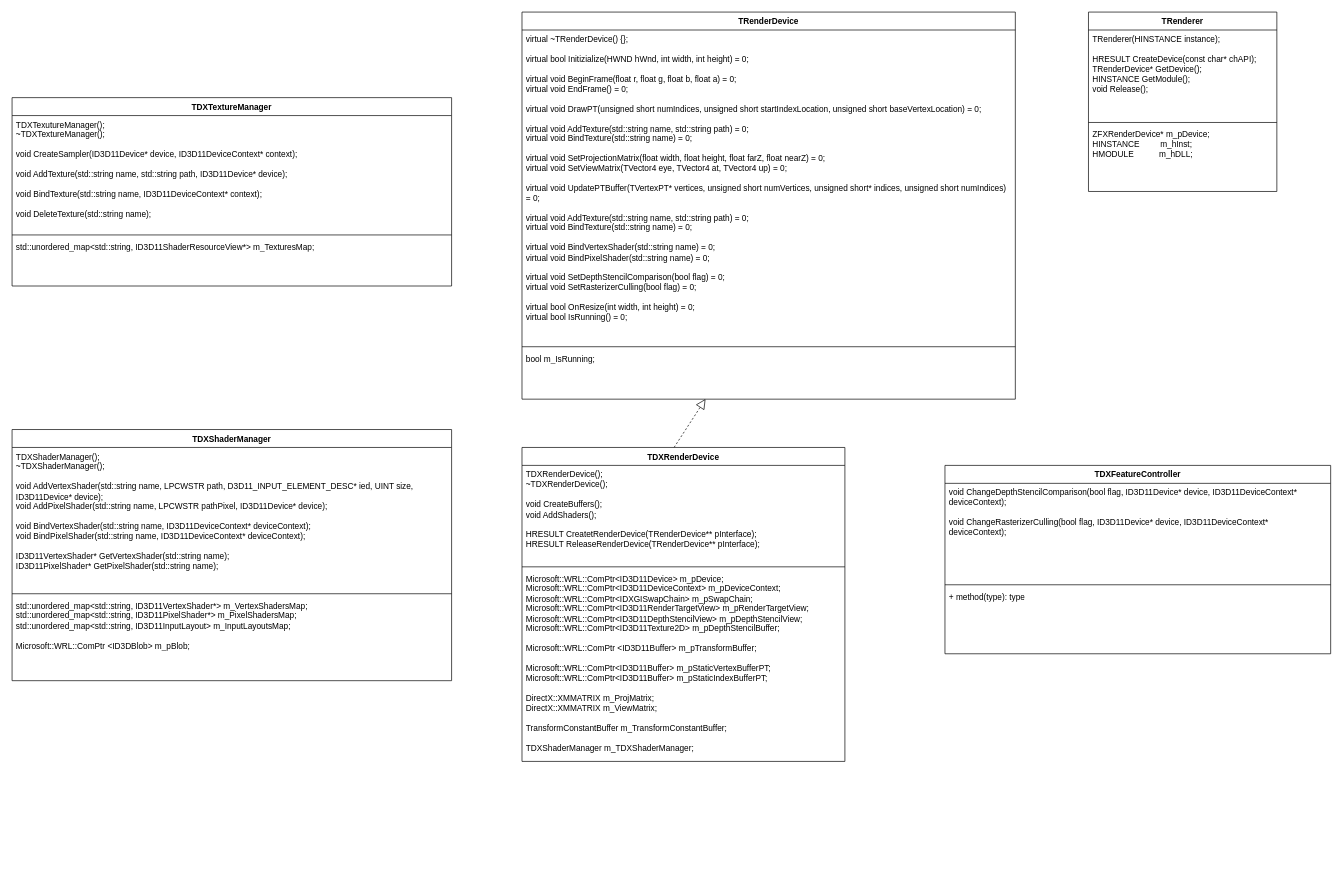
The draw.io diagram UML/TRenderer.drawio in f1oating/TRender, before the edit. Source tidied: cells renumbered, new cells numbered last; positions are measured from the earlier drawing's top-left corner, leaving out a move shared by most shapes. Both pictures are drawn from the tidied source at 69%, with x=0, y=0 at pixel (12, 12).
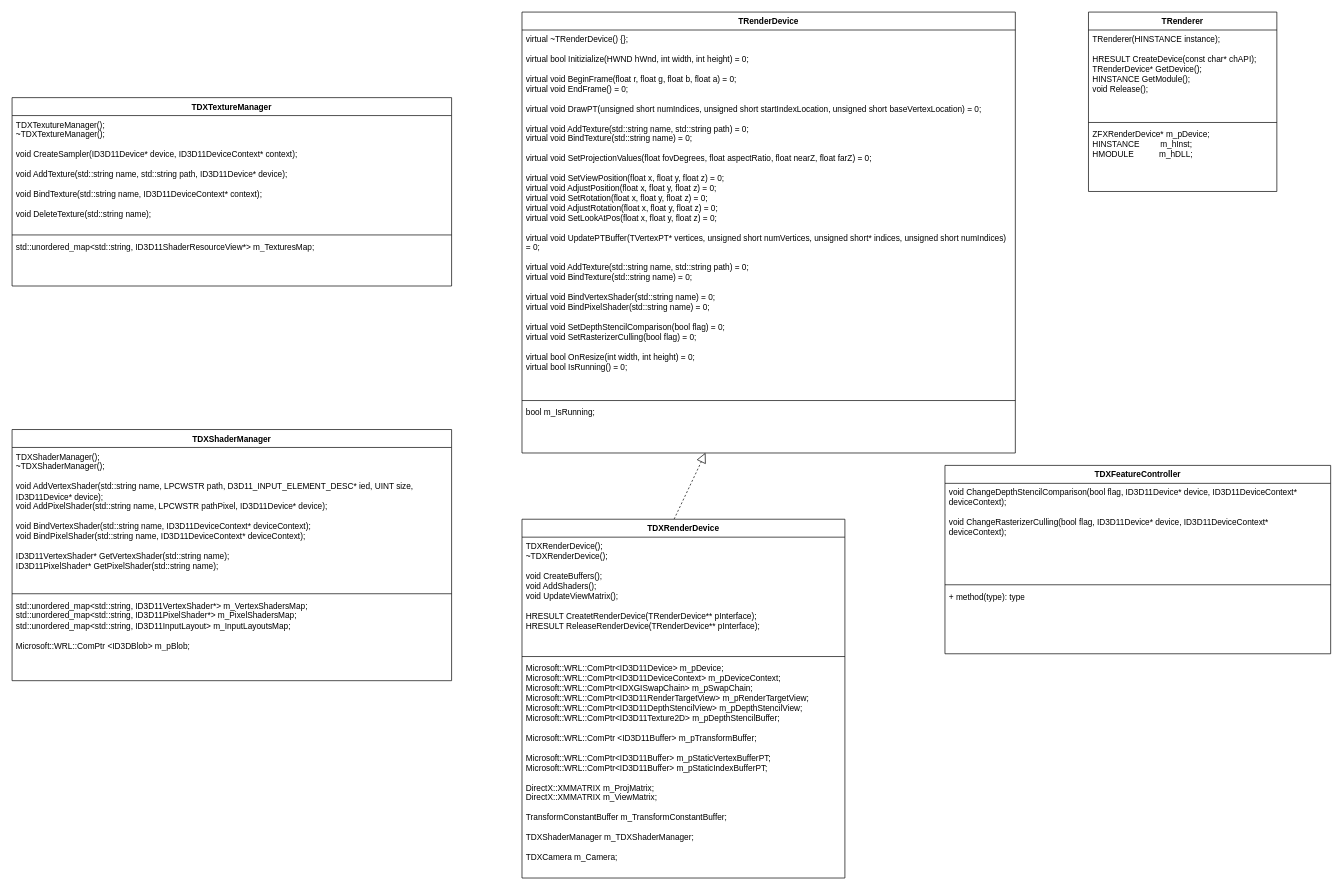
Above is the later version.

Commit message (it also covers changes not shown here):
Officially added camera movement and other camera features

Change to the diagram source:
```diff
@@
     <mxCell id="2" value="TRenderDevice" style="swimlane;fontStyle=1;align=center;verticalAlign=top;horizontal=1;startSize=26;whiteSpace=wrap;html=1;" parent="1" vertex="1">
-      <mxGeometry x="739" width="715" height="561" as="geometry" />
+      <mxGeometry x="739" width="715" height="639" as="geometry" />
     </mxCell>
-    <mxCell id="3" value="&lt;div&gt;virtual ~TRenderDevice() {};&lt;br&gt;&lt;/div&gt;&lt;div&gt;&lt;br&gt;&lt;/div&gt;&lt;div&gt;virtual bool Initizialize(HWND hWnd, int width, int height) = 0;&lt;/div&gt;&lt;div&gt;&lt;br&gt;&lt;/div&gt;&lt;div&gt;virtual void BeginFrame(float r, float g, float b, float a) = 0;&lt;/div&gt;&lt;div&gt;virtual void EndFrame() = 0;&lt;/div&gt;&lt;div&gt;&lt;br&gt;&lt;/div&gt;&lt;div&gt;virtual void DrawPT(unsigned short numIndices, unsigned short startIndexLocation, unsigned short baseVertexLocation) = 0;&lt;br&gt;&lt;/div&gt;&lt;div&gt;&lt;br&gt;&lt;/div&gt;&lt;div&gt;virtual void AddTexture(std::string name, std::string path) = 0;&lt;br&gt;virtual void BindTexture(std::string name) = 0;&lt;br&gt;&lt;/div&gt;&lt;div&gt;&lt;br&gt;&lt;/div&gt;&lt;div&gt;virtual void SetProjectionMatrix(float width, float height, float farZ, float nearZ) = 0;&lt;/div&gt;&lt;div&gt;virtual void SetViewMatrix(TVector4 eye, TVector4 at, TVector4 up) = 0;&lt;/div&gt;&lt;div&gt;&lt;br&gt;&lt;/div&gt;&lt;div&gt;virtual void UpdatePTBuffer(TVertexPT* vertices, unsigned short numVertices, unsigned short* indices, unsigned short numIndices) = 0;&lt;/div&gt;&lt;div&gt;&lt;br&gt;&lt;/div&gt;&lt;div&gt;virtual void AddTexture(std::string name, std::string path) = 0;&lt;br&gt;virtual void BindTexture(std::string name) = 0;&lt;/div&gt;&lt;div&gt;&lt;br&gt;&lt;/div&gt;&lt;div&gt;virtual void BindVertexShader(std::string name) = 0;&lt;br&gt;virtual void BindPixelShader(std::string name) = 0;&lt;/div&gt;&lt;div&gt;&lt;br&gt;&lt;/div&gt;&lt;div&gt;virtual void SetDepthStencilComparison(bool flag) = 0;&lt;br&gt;virtual void SetRasterizerCulling(bool flag) = 0;&lt;br&gt;&lt;/div&gt;&lt;div&gt;&lt;br&gt;&lt;/div&gt;&lt;div&gt;virtual bool OnResize(int width, int height) = 0;&lt;/div&gt;&lt;div&gt;virtual bool IsRunning() = 0;&lt;br&gt;&lt;/div&gt;" style="text;strokeColor=none;fillColor=none;align=left;verticalAlign=top;spacingLeft=4;spacingRight=4;overflow=hidden;whiteSpace=wrap;html=1;" parent="2" vertex="1">
-      <mxGeometry y="26" width="715" height="455" as="geometry" />
+    <mxCell id="3" value="&lt;div&gt;virtual ~TRenderDevice() {};&lt;br&gt;&lt;/div&gt;&lt;div&gt;&lt;br&gt;&lt;/div&gt;&lt;div&gt;virtual bool Initizialize(HWND hWnd, int width, int height) = 0;&lt;/div&gt;&lt;div&gt;&lt;br&gt;&lt;/div&gt;&lt;div&gt;virtual void BeginFrame(float r, float g, float b, float a) = 0;&lt;/div&gt;&lt;div&gt;virtual void EndFrame() = 0;&lt;/div&gt;&lt;div&gt;&lt;br&gt;&lt;/div&gt;&lt;div&gt;virtual void DrawPT(unsigned short numIndices, unsigned short startIndexLocation, unsigned short baseVertexLocation) = 0;&lt;br&gt;&lt;/div&gt;&lt;div&gt;&lt;br&gt;&lt;/div&gt;&lt;div&gt;virtual void AddTexture(std::string name, std::string path) = 0;&lt;br&gt;virtual void BindTexture(std::string name) = 0;&lt;br&gt;&lt;/div&gt;&lt;div&gt;&lt;br&gt;&lt;/div&gt;virtual void SetProjectionValues(float fovDegrees, float aspectRatio, float nearZ, float farZ) = 0;&lt;br&gt;&lt;br&gt;virtual void SetViewPosition(float x, float y, float z) = 0;&lt;br&gt;virtual void AdjustPosition(float x, float y, float z) = 0;&lt;br&gt;virtual void SetRotation(float x, float y, float z) = 0;&lt;br&gt;virtual void AdjustRotation(float x, float y, float z) = 0;&lt;br&gt;virtual void SetLookAtPos(float x, float y, float z) = 0;&lt;div&gt;&lt;br&gt;&lt;/div&gt;&lt;div&gt;virtual void UpdatePTBuffer(TVertexPT* vertices, unsigned short numVertices, unsigned short* indices, unsigned short numIndices) = 0;&lt;/div&gt;&lt;div&gt;&lt;br&gt;&lt;/div&gt;&lt;div&gt;virtual void AddTexture(std::string name, std::string path) = 0;&lt;br&gt;virtual void BindTexture(std::string name) = 0;&lt;/div&gt;&lt;div&gt;&lt;br&gt;&lt;/div&gt;&lt;div&gt;virtual void BindVertexShader(std::string name) = 0;&lt;br&gt;virtual void BindPixelShader(std::string name) = 0;&lt;/div&gt;&lt;div&gt;&lt;br&gt;&lt;/div&gt;&lt;div&gt;virtual void SetDepthStencilComparison(bool flag) = 0;&lt;br&gt;virtual void SetRasterizerCulling(bool flag) = 0;&lt;br&gt;&lt;/div&gt;&lt;div&gt;&lt;br&gt;&lt;/div&gt;&lt;div&gt;virtual bool OnResize(int width, int height) = 0;&lt;/div&gt;&lt;div&gt;virtual bool IsRunning() = 0;&lt;br&gt;&lt;/div&gt;" style="text;strokeColor=none;fillColor=none;align=left;verticalAlign=top;spacingLeft=4;spacingRight=4;overflow=hidden;whiteSpace=wrap;html=1;" parent="2" vertex="1">
+      <mxGeometry y="26" width="715" height="533" as="geometry" />
     </mxCell>
     <mxCell id="4" style="line;strokeWidth=1;fillColor=none;align=left;verticalAlign=middle;spacingTop=-1;spacingLeft=3;spacingRight=3;labelPosition=right;strokeColor=inherit;" parent="2" vertex="1">
-      <mxGeometry y="481" width="715" height="8" as="geometry" />
+      <mxGeometry y="559" width="715" height="8" as="geometry" />
     </mxCell>
     <mxCell id="5" value="&lt;div&gt;bool m_IsRunning;&lt;br&gt;&lt;/div&gt;" style="text;strokeColor=none;fillColor=none;align=left;verticalAlign=top;spacingLeft=4;spacingRight=4;overflow=hidden;points=[[0,0.5],[1,0.5]];portConstraint=eastwest;whiteSpace=wrap;html=1;" parent="2" vertex="1">
-      <mxGeometry y="489" width="715" height="72" as="geometry" />
+      <mxGeometry y="567" width="715" height="72" as="geometry" />
     </mxCell>
@@
     <mxCell id="7" value="TDXRenderDevice" style="swimlane;fontStyle=1;align=center;verticalAlign=top;horizontal=1;startSize=26;whiteSpace=wrap;html=1;" parent="1" vertex="1">
-      <mxGeometry x="739" y="631" width="468" height="455" as="geometry" />
+      <mxGeometry x="739" y="735" width="468" height="520" as="geometry" />
     </mxCell>
-    <mxCell id="8" value="&lt;div&gt;TDXRenderDevice();&lt;/div&gt;&lt;div&gt;~TDXRenderDevice();&lt;/div&gt;&lt;div&gt;&lt;br&gt;&lt;/div&gt;&lt;div&gt;void CreateBuffers();&lt;/div&gt;&lt;div&gt;void AddShaders();&lt;br&gt;&lt;/div&gt;&lt;div&gt;&lt;br&gt;&lt;/div&gt;&lt;div&gt;HRESULT CreatetRenderDevice(TRenderDevice** pInterface);&amp;nbsp;&amp;nbsp;&amp;nbsp;&amp;nbsp;&lt;/div&gt;&lt;div&gt;HRESULT ReleaseRenderDevice(TRenderDevice** pInterface);&lt;br&gt;&lt;br&gt;&lt;/div&gt;" style="text;strokeColor=none;fillColor=none;align=left;verticalAlign=top;spacingLeft=4;spacingRight=4;overflow=hidden;whiteSpace=wrap;html=1;" parent="7" vertex="1">
-      <mxGeometry y="26" width="468" height="143" as="geometry" />
+    <mxCell id="8" value="&lt;div&gt;TDXRenderDevice();&lt;/div&gt;&lt;div&gt;~TDXRenderDevice();&lt;/div&gt;&lt;div&gt;&lt;br&gt;&lt;/div&gt;&lt;div&gt;void CreateBuffers();&lt;/div&gt;&lt;div&gt;void AddShaders();&lt;/div&gt;&lt;div&gt;void UpdateViewMatrix();&lt;br&gt;&lt;/div&gt;&lt;div&gt;&lt;br&gt;&lt;/div&gt;&lt;div&gt;HRESULT CreatetRenderDevice(TRenderDevice** pInterface);&amp;nbsp;&amp;nbsp;&amp;nbsp;&amp;nbsp;&lt;/div&gt;&lt;div&gt;HRESULT ReleaseRenderDevice(TRenderDevice** pInterface);&lt;br&gt;&lt;br&gt;&lt;/div&gt;" style="text;strokeColor=none;fillColor=none;align=left;verticalAlign=top;spacingLeft=4;spacingRight=4;overflow=hidden;whiteSpace=wrap;html=1;" parent="7" vertex="1">
+      <mxGeometry y="26" width="468" height="169" as="geometry" />
     </mxCell>
     <mxCell id="9" style="line;strokeWidth=1;fillColor=none;align=left;verticalAlign=middle;spacingTop=-1;spacingLeft=3;spacingRight=3;labelPosition=right;strokeColor=inherit;" parent="7" vertex="1">
-      <mxGeometry y="169" width="468" height="8" as="geometry" />
+      <mxGeometry y="195" width="468" height="8" as="geometry" />
     </mxCell>
-    <mxCell id="10" value="&lt;div&gt;Microsoft::WRL::ComPtr&amp;lt;ID3D11Device&amp;gt; m_pDevice; Microsoft::WRL::ComPtr&amp;lt;ID3D11DeviceContext&amp;gt; m_pDeviceContext; Microsoft::WRL::ComPtr&amp;lt;IDXGISwapChain&amp;gt; m_pSwapChain; Microsoft::WRL::ComPtr&amp;lt;ID3D11RenderTargetView&amp;gt; m_pRenderTargetView; Microsoft::WRL::ComPtr&amp;lt;ID3D11DepthStencilView&amp;gt; m_pDepthStencilView; Microsoft::WRL::ComPtr&amp;lt;ID3D11Texture2D&amp;gt; m_pDepthStencilBuffer;&lt;br&gt;&lt;/div&gt;&lt;div&gt;&lt;br&gt;&lt;/div&gt;&lt;div&gt;Microsoft::WRL::ComPtr &amp;lt;ID3D11Buffer&amp;gt; m_pTransformBuffer;&lt;br&gt;&lt;/div&gt;&lt;div&gt;&lt;br&gt;Microsoft::WRL::ComPtr&amp;lt;ID3D11Buffer&amp;gt; m_pStaticVertexBufferPT;&lt;br&gt;Microsoft::WRL::ComPtr&amp;lt;ID3D11Buffer&amp;gt; m_pStaticIndexBufferPT;&lt;br&gt;&lt;/div&gt;&lt;div&gt;&lt;br&gt;&lt;/div&gt;&lt;div&gt;DirectX::XMMATRIX m_ProjMatrix;&lt;br&gt;DirectX::XMMATRIX m_ViewMatrix;&lt;/div&gt;&lt;div&gt;&lt;br&gt;&lt;/div&gt;&lt;div&gt;TransformConstantBuffer m_TransformConstantBuffer;&lt;br&gt;&lt;/div&gt;&lt;div&gt;&lt;br&gt;&lt;/div&gt;&lt;div&gt;TDXShaderManager m_TDXShaderManager;&lt;br&gt;&lt;br&gt;&lt;/div&gt;" style="text;strokeColor=none;fillColor=none;align=left;verticalAlign=top;spacingLeft=4;spacingRight=4;overflow=hidden;whiteSpace=wrap;html=1;" parent="7" vertex="1">
-      <mxGeometry y="177" width="468" height="278" as="geometry" />
+    <mxCell id="10" value="&lt;div&gt;Microsoft::WRL::ComPtr&amp;lt;ID3D11Device&amp;gt; m_pDevice; Microsoft::WRL::ComPtr&amp;lt;ID3D11DeviceContext&amp;gt; m_pDeviceContext; Microsoft::WRL::ComPtr&amp;lt;IDXGISwapChain&amp;gt; m_pSwapChain; Microsoft::WRL::ComPtr&amp;lt;ID3D11RenderTargetView&amp;gt; m_pRenderTargetView; Microsoft::WRL::ComPtr&amp;lt;ID3D11DepthStencilView&amp;gt; m_pDepthStencilView; Microsoft::WRL::ComPtr&amp;lt;ID3D11Texture2D&amp;gt; m_pDepthStencilBuffer;&lt;br&gt;&lt;/div&gt;&lt;div&gt;&lt;br&gt;&lt;/div&gt;&lt;div&gt;Microsoft::WRL::ComPtr &amp;lt;ID3D11Buffer&amp;gt; m_pTransformBuffer;&lt;br&gt;&lt;/div&gt;&lt;div&gt;&lt;br&gt;Microsoft::WRL::ComPtr&amp;lt;ID3D11Buffer&amp;gt; m_pStaticVertexBufferPT;&lt;br&gt;Microsoft::WRL::ComPtr&amp;lt;ID3D11Buffer&amp;gt; m_pStaticIndexBufferPT;&lt;br&gt;&lt;/div&gt;&lt;div&gt;&lt;br&gt;&lt;/div&gt;&lt;div&gt;DirectX::XMMATRIX m_ProjMatrix;&lt;br&gt;DirectX::XMMATRIX m_ViewMatrix;&lt;/div&gt;&lt;div&gt;&lt;br&gt;&lt;/div&gt;&lt;div&gt;TransformConstantBuffer m_TransformConstantBuffer;&lt;br&gt;&lt;/div&gt;&lt;div&gt;&lt;br&gt;&lt;/div&gt;&lt;div&gt;TDXShaderManager m_TDXShaderManager;&lt;/div&gt;&lt;div&gt;&lt;br&gt;&lt;/div&gt;&lt;div&gt;TDXCamera m_Camera;&lt;br&gt;&lt;/div&gt;" style="text;strokeColor=none;fillColor=none;align=left;verticalAlign=top;spacingLeft=4;spacingRight=4;overflow=hidden;whiteSpace=wrap;html=1;" parent="7" vertex="1">
+      <mxGeometry y="203" width="468" height="317" as="geometry" />
     </mxCell>
```
